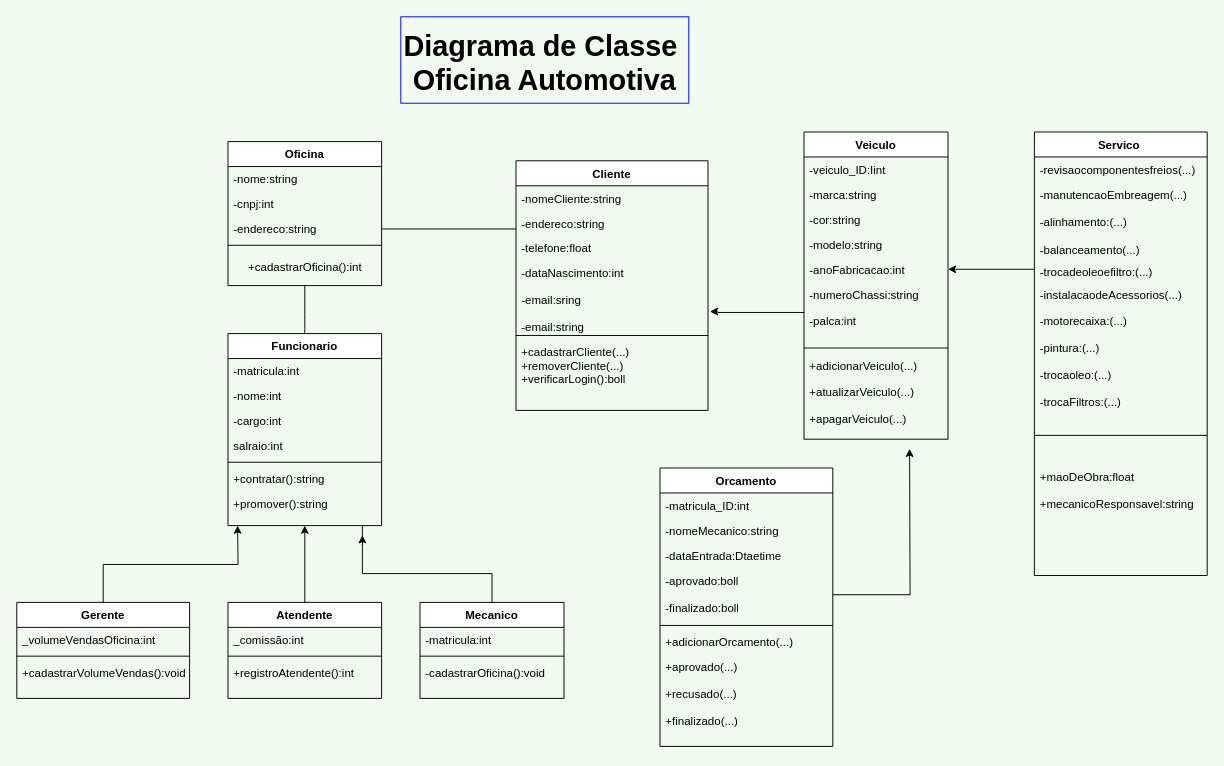
Jcblustosa/crm-auto keeps this draw.io diagram as diagrama CRM Automotivo.drawio. Above is the earlier version. Source tidied: cells renumbered, new cells numbered last; positions are measured from the earlier drawing's top-left corner, leaving out a move shared by most shapes. Both pictures are drawn from the tidied source at 96%, with x=0, y=0 at pixel (16, 16).
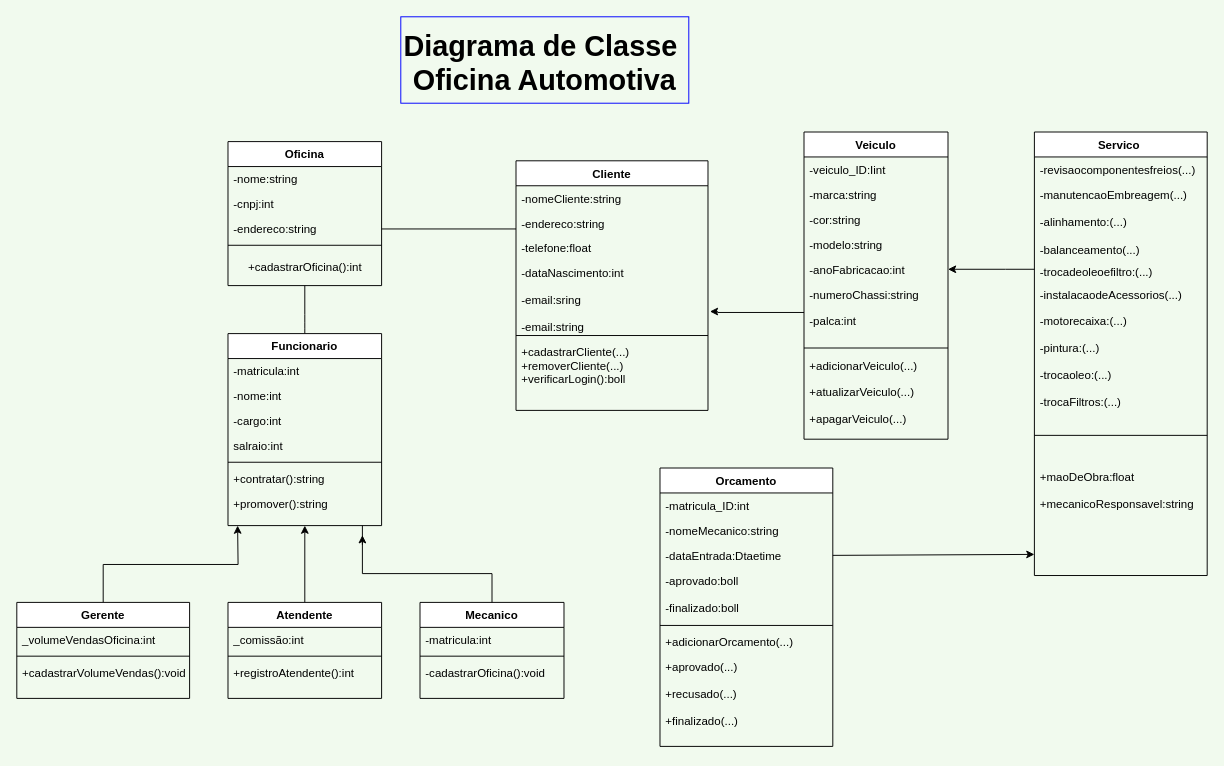
Above is the later version.

The change refers to these unchanged cells:
```xml
<mxCell id="44" value="-dataEntrada:Dtaetime" style="text;align=left;verticalAlign=top;spacingLeft=4;spacingRight=4;overflow=hidden;points=[[0,0.5],[1,0.5]];portConstraint=eastwest;rounded=0;shadow=0;html=0;" parent="41" vertex="1">
  <mxGeometry y="78" width="180" height="26" as="geometry" />
</mxCell>
<mxCell id="45" value="-aprovado:boll&#10;&#10;-finalizado:boll" style="text;align=left;verticalAlign=top;spacingLeft=4;spacingRight=4;overflow=hidden;points=[[0,0.5],[1,0.5]];portConstraint=eastwest;rounded=0;shadow=0;html=0;textDirection=ltr;" parent="41" vertex="1">
  <mxGeometry y="104" width="180" height="56" as="geometry" />
</mxCell>
```

Diff of the diagram source:
```diff
@@
-    <mxCell id="69" style="edgeStyle=orthogonalEdgeStyle;rounded=0;jettySize=auto;html=1;" parent="1" edge="1" source="45">
-      <mxGeometry relative="1" as="geometry">
-        <mxPoint x="930" y="450" as="targetPoint" />
-      </mxGeometry>
-    </mxCell>
+    <mxCell id="70" style="endArrow=classic;html=1;rounded=0;exitX=1;exitY=0.5;exitDx=0;exitDy=0;" parent="1" edge="1" source="44">
+      <mxGeometry relative="1" as="geometry">
+        <mxPoint x="1060" y="560" as="targetPoint" />
+      </mxGeometry>
+    </mxCell>
```
